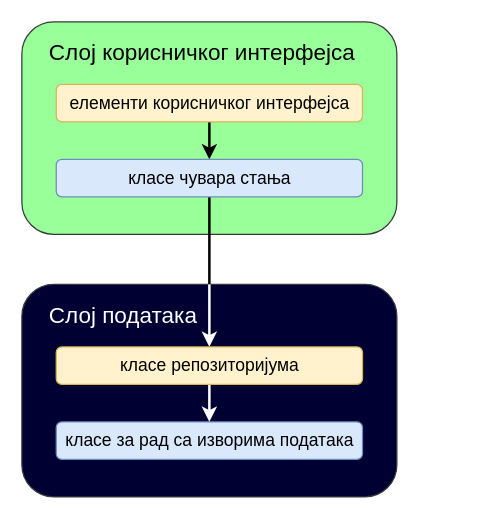
Earlier version of the draw.io diagram drawio/diagrams/modern_android_app_architecture.drawio (PavleSarenac/thesis). Source tidied: cells renumbered, new cells numbered last; positions are measured from the earlier drawing's top-left corner, leaving out a move shared by most shapes. Both pictures are drawn from the tidied source at 125%, with x=0, y=0 at pixel (21, 21).
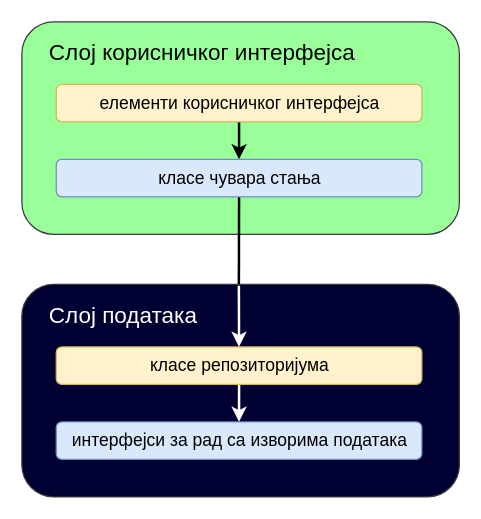
The same diagram, later.

Commit message (it also covers changes not shown here):
dijagram foldera android app dodat

What changed in the source:
```diff
@@
 <mxGraphModel>
   <root>
     <mxCell id="0" />
     <mxCell id="1" parent="0" />
     <mxCell id="2" style="rounded=1;whiteSpace=wrap;html=1;fillColor=#99FF99;strokeColor=#36393d;" parent="1" vertex="1">
-      <mxGeometry width="300" height="170" as="geometry" />
+      <mxGeometry width="350" height="170" as="geometry" />
     </mxCell>
     <mxCell id="3" value="&lt;font style=&quot;font-size: 18px;&quot;&gt;Слој корисничког интерфејса&lt;/font&gt;" style="text;html=1;align=left;verticalAlign=middle;whiteSpace=wrap;rounded=0;" parent="1" vertex="1">
       <mxGeometry x="20" y="10" width="260" height="30" as="geometry" />
     </mxCell>
-    <mxCell id="4" style="endArrow=classic;html=1;rounded=0;exitX=0.5;exitY=1;exitDx=0;exitDy=0;entryX=0.5;entryY=0;entryDx=0;entryDy=0;strokeWidth=2;" parent="1" edge="1" source="12">
-      <mxGeometry relative="1" as="geometry">
-        <mxPoint x="150" y="110" as="targetPoint" />
-      </mxGeometry>
+    <mxCell id="4" style="endArrow=classic;html=1;rounded=0;exitX=0.5;exitY=1;exitDx=0;exitDy=0;entryX=0.5;entryY=0;entryDx=0;entryDy=0;strokeWidth=2;" parent="1" edge="1" source="12" target="13">
+      <mxGeometry relative="1" as="geometry" />
     </mxCell>
     <mxCell id="5" style="rounded=1;whiteSpace=wrap;html=1;fillColor=#000033;strokeColor=#36393d;" parent="1" vertex="1">
-      <mxGeometry y="210" width="300" height="170" as="geometry" />
+      <mxGeometry y="210" width="350" height="170" as="geometry" />
     </mxCell>
-    <mxCell id="6" value="&lt;font style=&quot;font-size: 14px;&quot;&gt;класе за рад са изворима података&lt;/font&gt;" style="rounded=1;whiteSpace=wrap;html=1;fillColor=#dae8fc;strokeColor=#6c8ebf;" parent="1" vertex="1">
-      <mxGeometry x="27.5" y="320" width="245" height="30" as="geometry" />
+    <mxCell id="6" value="&lt;font style=&quot;font-size: 14px;&quot;&gt;интерфејси за рад са изворима података&lt;/font&gt;" style="rounded=1;whiteSpace=wrap;html=1;fillColor=#dae8fc;strokeColor=#6c8ebf;" parent="1" vertex="1">
+      <mxGeometry x="27.5" y="320" width="292.5" height="30" as="geometry" />
     </mxCell>
     <mxCell id="7" value="&lt;font style=&quot;color: rgb(255, 255, 255); font-size: 18px;&quot;&gt;Слој података&lt;/font&gt;" style="text;html=1;align=left;verticalAlign=middle;whiteSpace=wrap;rounded=0;" parent="1" vertex="1">
       <mxGeometry x="20" y="220" width="130" height="30" as="geometry" />
     </mxCell>
-    <mxCell id="8" style="endArrow=classic;html=1;rounded=0;exitX=0.5;exitY=1;exitDx=0;exitDy=0;entryX=0.5;entryY=0;entryDx=0;entryDy=0;strokeWidth=2;strokeColor=#FFFFFF;" parent="1" edge="1" target="6">
-      <mxGeometry relative="1" as="geometry">
-        <mxPoint x="150" y="290" as="sourcePoint" />
-      </mxGeometry>
+    <mxCell id="8" style="endArrow=classic;html=1;rounded=0;exitX=0.5;exitY=1;exitDx=0;exitDy=0;entryX=0.5;entryY=0;entryDx=0;entryDy=0;strokeWidth=2;strokeColor=#FFFFFF;" parent="1" edge="1" source="11" target="6">
+      <mxGeometry relative="1" as="geometry" />
     </mxCell>
-    <mxCell id="9" style="endArrow=none;html=1;rounded=0;entryX=0.5;entryY=1;entryDx=0;entryDy=0;exitX=0.5;exitY=0;exitDx=0;exitDy=0;strokeWidth=2;" parent="1" edge="1" source="5">
-      <mxGeometry relative="1" as="geometry">
-        <mxPoint x="150" y="140" as="targetPoint" />
-      </mxGeometry>
+    <mxCell id="9" style="endArrow=none;html=1;rounded=0;strokeWidth=2;exitX=0.496;exitY=-0.002;exitDx=0;exitDy=0;exitPerimeter=0;entryX=0.5;entryY=1;entryDx=0;entryDy=0;" parent="1" edge="1" source="5" target="13">
+      <mxGeometry relative="1" as="geometry" />
     </mxCell>
-    <mxCell id="10" style="endArrow=classic;html=1;rounded=0;exitX=0.5;exitY=0;exitDx=0;exitDy=0;entryX=0.5;entryY=0;entryDx=0;entryDy=0;strokeWidth=2;strokeColor=#FFFFFF;" parent="1" edge="1" source="5">
-      <mxGeometry relative="1" as="geometry">
-        <mxPoint x="150" y="260" as="targetPoint" />
-      </mxGeometry>
+    <mxCell id="10" style="endArrow=classic;html=1;rounded=0;exitX=0.496;exitY=0.007;exitDx=0;exitDy=0;entryX=0.5;entryY=0;entryDx=0;entryDy=0;strokeWidth=2;strokeColor=#FFFFFF;exitPerimeter=0;" parent="1" edge="1" source="5" target="11">
+      <mxGeometry relative="1" as="geometry" />
     </mxCell>
     <mxCell id="11" value="&lt;font style=&quot;font-size: 14px;&quot;&gt;класе репозиторијума&lt;/font&gt;" style="rounded=1;whiteSpace=wrap;html=1;fillColor=#fff2cc;strokeColor=#d6b656;" parent="1" vertex="1">
-      <mxGeometry x="27.5" y="260" width="245" height="30" as="geometry" />
+      <mxGeometry x="27.5" y="260" width="292.5" height="30" as="geometry" />
     </mxCell>
     <mxCell id="12" value="&lt;span style=&quot;font-size: 14px;&quot;&gt;елементи корисничког интерфејса&lt;/span&gt;" style="rounded=1;whiteSpace=wrap;html=1;fillColor=#fff2cc;strokeColor=#d6b656;" parent="1" vertex="1">
-      <mxGeometry x="27.5" y="50" width="245" height="30" as="geometry" />
+      <mxGeometry x="27.5" y="50" width="292.5" height="30" as="geometry" />
     </mxCell>
     <mxCell id="13" value="&lt;font style=&quot;font-size: 14px;&quot;&gt;класе чувара стања&lt;/font&gt;" style="rounded=1;whiteSpace=wrap;html=1;fillColor=#dae8fc;strokeColor=#6c8ebf;" parent="1" vertex="1">
-      <mxGeometry x="27.5" y="110" width="245" height="30" as="geometry" />
+      <mxGeometry x="27.5" y="110" width="292.5" height="30" as="geometry" />
     </mxCell>
   </root>
 </mxGraphModel>
```
